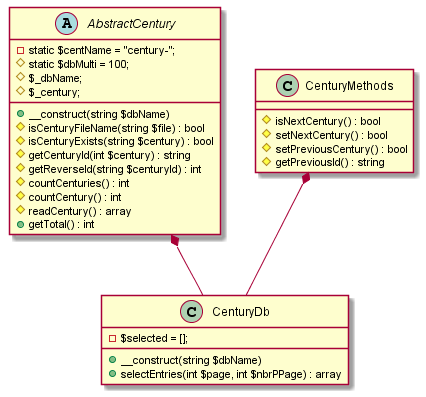
Above: diagrammesUml/CenturyDb.png in ohabille/maincore (PlantUML), before the change. Source of this version:
```plantuml
@startuml

abstract class AbstractCentury {
    -static $centName = "century-";
    #static $dbMulti = 100;
    #$_dbName;
    #$_century;

    +__construct(string $dbName)
    #isCenturyFileName(string $file) : bool
    #isCenturyExists(string $century) : bool
    #getCenturyId(int $century) : string
    #getReverseId(string $centuryId) : int
    #countCenturies() : int
    #countCentury() : int
    #readCentury() : array
    +getTotal() : int
}

class CenturyMethods {
    #isNextCentury() : bool
    #setNextCentury() : bool
    #setPreviousCentury() : bool
    #getPreviousId() : string
}

class CenturyDb {
    -$selected = [];

    +__construct(string $dbName)
    +selectEntries(int $page, int $nbrPPage) : array
}

AbstractCentury *-- CenturyDb
CenturyMethods *-- CenturyDb

@enduml
```
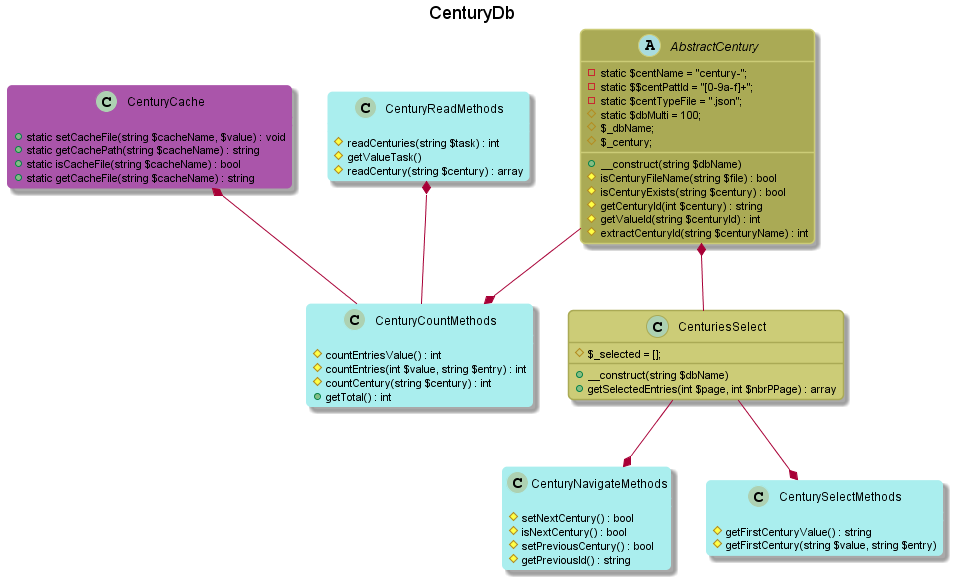
After the change.

What changed in the source:
```diff
@@ -1,7 +1,14 @@
 @startuml
 
-abstract class AbstractCentury {
+title "CenturyDb"
+
+skinparam packageStyle rectangle
+skinparam roundCorner 10
+
+abstract class AbstractCentury #AA5;line:CC7; {
     -static $centName = "century-";
+    -static $$centPattId = "[0-9a-f]+";
+    -static $centTypeFile = ".json";
     #static $dbMulti = 100;
     #$_dbName;
     #$_century;
@@ -10,28 +17,57 @@
     #isCenturyFileName(string $file) : bool
     #isCenturyExists(string $century) : bool
     #getCenturyId(int $century) : string
-    #getReverseId(string $centuryId) : int
-    #countCenturies() : int
-    #countCentury() : int
-    #readCentury() : array
+    #getValueId(string $centuryId) : int
+    #extractCenturyId(string $centuryName) : int
+}
+
+class CenturyCache #A5A;line:A5A; {
+    +static setCacheFile(string $cacheName, $value) : void
+    +static getCachePath(string $cacheName) : string
+    +static isCacheFile(string $cacheName) : bool
+    +static getCacheFile(string $cacheName) : string
+}
+
+class CenturyReadMethods #AEE;line:AEE; {
+    #readCenturies(string $task) : int
+    #getValueTask()
+    #readCentury(string $century) : array
+}
+
+class CenturyCountMethods #AEE;line:AEE; {
+    #countEntriesValue() : int
+    #countEntries(int $value, string $entry) : int
+    #countCentury(string $century) : int
     +getTotal() : int
 }
 
-class CenturyMethods {
+CenturyCache *-- CenturyCountMethods
+AbstractCentury --* CenturyCountMethods
+CenturyReadMethods *-- CenturyCountMethods
+
+class CenturiesSelect #CC7;line:AA5; {
+    #$_selected = [];
+
+    +__construct(string $dbName)
+    +getSelectedEntries(int $page, int $nbrPPage) : array
+}
+
+AbstractCentury *-- CenturiesSelect
+
+class CenturyNavigateMethods #AEE;line:AEE; {
+    #setNextCentury() : bool
     #isNextCentury() : bool
-    #setNextCentury() : bool
     #setPreviousCentury() : bool
     #getPreviousId() : string
 }
 
-class CenturyDb {
-    -$selected = [];
+CenturiesSelect --* CenturyNavigateMethods
 
-    +__construct(string $dbName)
-    +selectEntries(int $page, int $nbrPPage) : array
+class CenturySelectMethods #AEE;line:AEE; {
+    #getFirstCenturyValue() : string
+    #getFirstCentury(string $value, string $entry)
 }
 
-AbstractCentury *-- CenturyDb
-CenturyMethods *-- CenturyDb
+CenturiesSelect --* CenturySelectMethods
 
 @enduml
```
